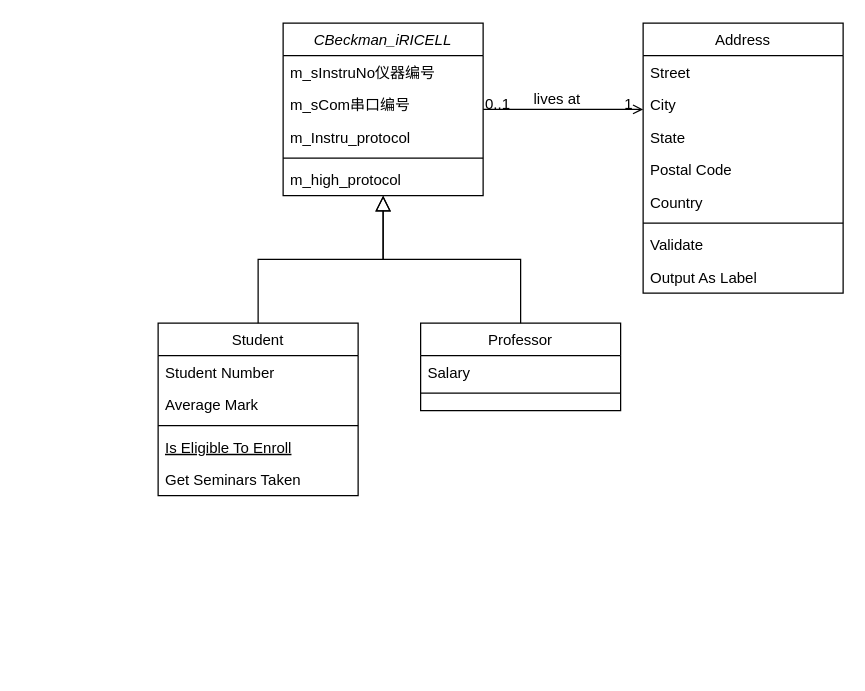
Above: 未命名绘图.drawio in helen-xh/qt-installer-firmware (draw.io), before the change. Source tidied: cells renumbered, new cells numbered last; positions are measured from the earlier drawing's top-left corner, leaving out a move shared by most shapes. Both pictures are drawn from the tidied source at 125%, with x=0, y=0 at pixel (158, 22).
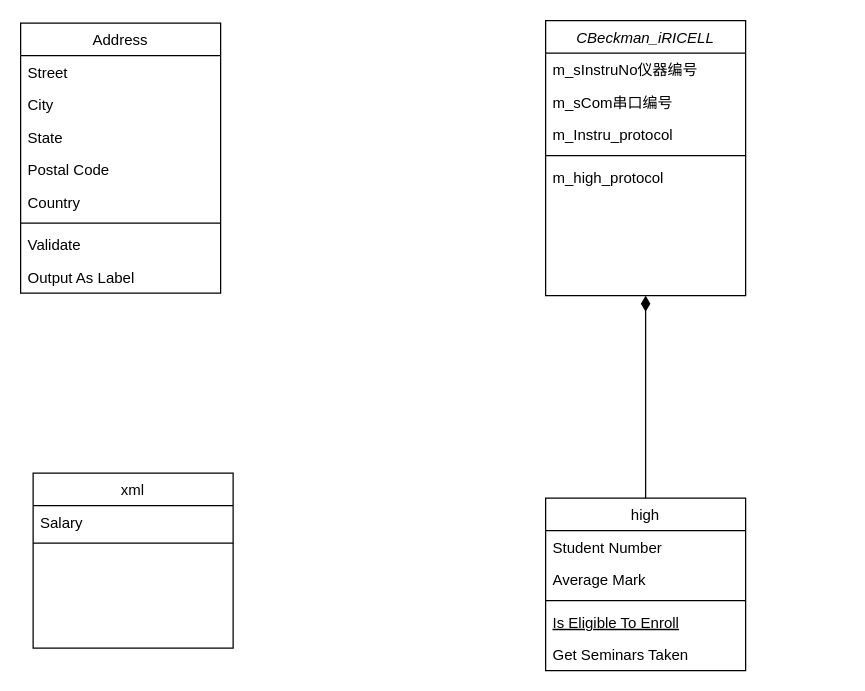
After the change.

The edit, as a diff of the source:
```diff
@@
     <mxCell id="2" value="CBeckman_iRICELL" style="swimlane;fontStyle=2;align=center;verticalAlign=top;horizontal=1;startSize=26;rounded=0;shadow=0;strokeWidth=1;" parent="1" vertex="1">
-      <mxGeometry x="100" width="160" height="138" as="geometry" />
+      <mxGeometry x="310" y="-2" width="160" height="220" as="geometry" />
     </mxCell>
@@
-    <mxCell id="8" value="Student" style="swimlane;fontStyle=0;align=center;verticalAlign=top;horizontal=1;startSize=26;rounded=0;shadow=0;strokeWidth=1;" parent="1" vertex="1">
-      <mxGeometry y="240" width="160" height="138" as="geometry" />
+    <mxCell id="8" value="high" style="swimlane;fontStyle=0;align=center;verticalAlign=top;horizontal=1;startSize=26;rounded=0;shadow=0;strokeWidth=1;" parent="1" vertex="1">
+      <mxGeometry x="310" y="380" width="160" height="138" as="geometry" />
     </mxCell>
@@
-    <mxCell id="14" style="endArrow=block;endSize=10;endFill=0;shadow=0;strokeWidth=1;rounded=0;edgeStyle=elbowEdgeStyle;elbow=vertical;" parent="1" edge="1" source="8" target="2">
+    <mxCell id="14" style="endArrow=diamondThin;endSize=10;endFill=1;shadow=0;strokeWidth=1;rounded=0;edgeStyle=elbowEdgeStyle;elbow=vertical;startArrow=none;startFill=0;" parent="1" edge="1" source="8" target="2">
       <mxGeometry relative="1" as="geometry" />
     </mxCell>
-    <mxCell id="15" value="Professor" style="swimlane;fontStyle=0;align=center;verticalAlign=top;horizontal=1;startSize=26;rounded=0;shadow=0;strokeWidth=1;" parent="1" vertex="1">
-      <mxGeometry x="210" y="240" width="160" height="70" as="geometry" />
+    <mxCell id="15" value="xml" style="swimlane;fontStyle=0;align=center;verticalAlign=top;horizontal=1;startSize=26;rounded=0;shadow=0;strokeWidth=1;" parent="1" vertex="1">
+      <mxGeometry x="-100" y="360" width="160" height="140" as="geometry" />
     </mxCell>
@@
-    <mxCell id="18" style="endArrow=block;endSize=10;endFill=0;shadow=0;strokeWidth=1;rounded=0;edgeStyle=elbowEdgeStyle;elbow=vertical;" parent="1" edge="1" source="15" target="2">
-      <mxGeometry relative="1" as="geometry" />
-    </mxCell>
     <mxCell id="19" value="Address" style="swimlane;fontStyle=0;align=center;verticalAlign=top;horizontal=1;startSize=26;rounded=0;shadow=0;strokeWidth=1;" parent="1" vertex="1">
-      <mxGeometry x="388" width="160" height="216" as="geometry" />
+      <mxGeometry x="-110" width="160" height="216" as="geometry" />
     </mxCell>
@@
-    <mxCell id="28" style="endArrow=open;shadow=0;strokeWidth=1;rounded=0;endFill=1;edgeStyle=elbowEdgeStyle;elbow=vertical;" parent="1" edge="1" source="2" target="19">
-      <mxGeometry x="0.5" y="41" relative="1" as="geometry">
-        <mxPoint x="-40" y="32" as="offset" />
-      </mxGeometry>
-    </mxCell>
-    <mxCell id="29" value="0..1" style="align=left;verticalAlign=bottom;labelBackgroundColor=none;fontSize=12;" parent="28" vertex="1">
-      <mxGeometry x="-1" relative="1" as="geometry">
-        <mxPoint y="4" as="offset" />
-      </mxGeometry>
-    </mxCell>
-    <mxCell id="30" value="1" style="align=right;verticalAlign=bottom;labelBackgroundColor=none;fontSize=12;" parent="28" vertex="1">
-      <mxGeometry x="1" relative="1" as="geometry">
-        <mxPoint x="-7" y="4" as="offset" />
-      </mxGeometry>
-    </mxCell>
-    <mxCell id="31" value="lives at" style="text;html=1;align=center;verticalAlign=middle;labelBackgroundColor=none;rounded=0;shadow=0;strokeWidth=1;fontSize=12;" parent="28" vertex="1">
-      <mxGeometry x="0.5" y="49" relative="1" as="geometry">
-        <mxPoint x="-38" y="40" as="offset" />
-      </mxGeometry>
-    </mxCell>
```
